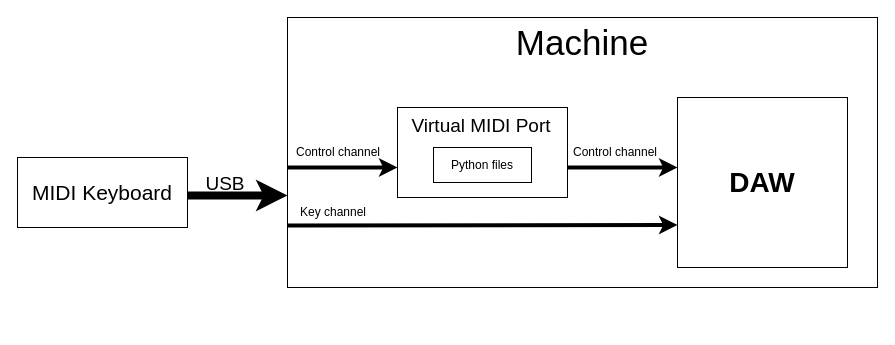
This is img/diagram.drawio from aleksati/ableton-navigation-system, a draw.io file, before an edit. Source tidied: cells renumbered, new cells numbered last; positions are measured from the earlier drawing's top-left corner, leaving out a move shared by most shapes. Both pictures are drawn from the tidied source at 100%, with x=0, y=0 at pixel (17, 17).
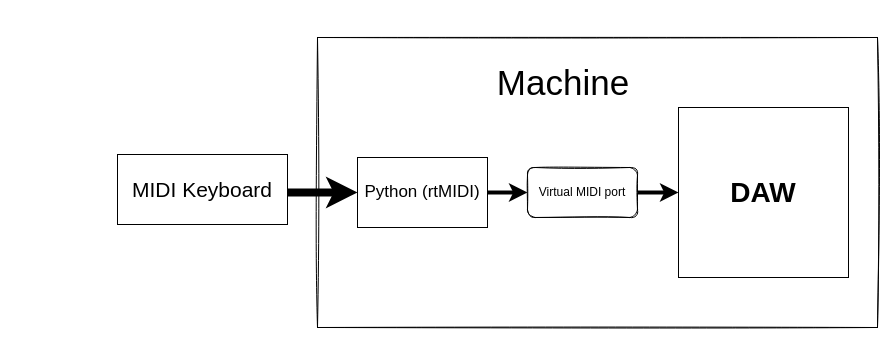
Above is the later version.

What changed in the source:
```diff
@@
-    <mxCell id="2" style="rounded=0;whiteSpace=wrap;html=1;fontSize=19;" parent="1" vertex="1">
-      <mxGeometry x="270" width="590" height="270" as="geometry" />
-    </mxCell>
+    <mxCell id="17" style="rounded=0;whiteSpace=wrap;html=1;glass=0;sketch=1;fontSize=17;strokeWidth=1;fillColor=default;" parent="1" vertex="1">
+      <mxGeometry x="300" y="20" width="560" height="290" as="geometry" />
+    </mxCell>
     <mxCell id="3" value="&lt;font style=&quot;font-size: 21px&quot;&gt;MIDI Keyboard&lt;/font&gt;" style="rounded=0;whiteSpace=wrap;html=1;" parent="1" vertex="1">
-      <mxGeometry y="140" width="170" height="70" as="geometry" />
+      <mxGeometry x="100" y="137" width="170" height="70" as="geometry" />
     </mxCell>
+    <mxCell id="18" style="edgeStyle=orthogonalEdgeStyle;rounded=0;jettySize=auto;html=1;fontSize=17;strokeWidth=4;" parent="1" edge="1" source="4" target="6">
+      <mxGeometry relative="1" as="geometry" />
+    </mxCell>
-    <mxCell id="4" style="rounded=0;whiteSpace=wrap;html=1;" parent="1" vertex="1">
-      <mxGeometry x="380" y="90" width="170" height="90" as="geometry" />
+    <mxCell id="4" value="Virtual MIDI port" style="rounded=1;whiteSpace=wrap;html=1;glass=0;sketch=1;" parent="1" vertex="1">
+      <mxGeometry x="510" y="150" width="110" height="50" as="geometry" />
     </mxCell>
+    <mxCell id="19" style="edgeStyle=orthogonalEdgeStyle;rounded=0;jettySize=auto;html=1;exitX=1;exitY=0.5;exitDx=0;exitDy=0;entryX=0;entryY=0.5;entryDx=0;entryDy=0;fontSize=17;strokeWidth=4;" parent="1" edge="1" source="5" target="4">
+      <mxGeometry relative="1" as="geometry" />
+    </mxCell>
-    <mxCell id="5" value="Python files" style="rounded=0;whiteSpace=wrap;html=1;" parent="1" vertex="1">
-      <mxGeometry x="416" y="130" width="98" height="35" as="geometry" />
+    <mxCell id="5" value="&lt;font style=&quot;font-size: 17px&quot;&gt;Python (rtMIDI)&lt;/font&gt;" style="rounded=0;whiteSpace=wrap;html=1;" parent="1" vertex="1">
+      <mxGeometry x="340" y="140" width="130" height="70" as="geometry" />
     </mxCell>
     <mxCell id="6" value="&lt;font style=&quot;font-size: 28px&quot;&gt;&lt;b&gt;DAW&lt;/b&gt;&lt;/font&gt;" style="rounded=0;whiteSpace=wrap;html=1;" parent="1" vertex="1">
-      <mxGeometry x="660" y="80" width="170" height="170" as="geometry" />
+      <mxGeometry x="661" y="90" width="170" height="170" as="geometry" />
     </mxCell>
-    <mxCell id="7" style="endArrow=classic;html=1;rounded=0;strokeWidth=4;entryX=0;entryY=0.75;entryDx=0;entryDy=0;" parent="1" edge="1" target="6">
-      <mxGeometry relative="1" as="geometry">
-        <mxPoint x="270" y="208" as="sourcePoint" />
-      </mxGeometry>
-    </mxCell>
-    <mxCell id="8" value="Key channel" style="text;html=1;strokeColor=none;fillColor=none;align=center;verticalAlign=middle;whiteSpace=wrap;rounded=0;" parent="1" vertex="1">
-      <mxGeometry x="276" y="180" width="80" height="30" as="geometry" />
-    </mxCell>
-    <mxCell id="9" style="endArrow=classic;html=1;rounded=0;strokeWidth=4;exitX=1;exitY=0.75;exitDx=0;exitDy=0;" parent="1" edge="1">
-      <mxGeometry relative="1" as="geometry">
-        <mxPoint x="270" y="150" as="sourcePoint" />
-        <mxPoint x="380" y="150" as="targetPoint" />
-      </mxGeometry>
-    </mxCell>
-    <mxCell id="10" value="Control channel" style="text;html=1;strokeColor=none;fillColor=none;align=center;verticalAlign=middle;whiteSpace=wrap;rounded=0;" parent="1" vertex="1">
-      <mxGeometry x="276" y="120" width="90" height="30" as="geometry" />
-    </mxCell>
-    <mxCell id="11" value="&lt;font style=&quot;font-size: 19px&quot;&gt;Virtual MIDI Port&lt;/font&gt;" style="text;html=1;strokeColor=none;fillColor=none;align=center;verticalAlign=middle;whiteSpace=wrap;rounded=0;fontSize=28;" parent="1" vertex="1">
-      <mxGeometry x="382" y="90" width="164" height="30" as="geometry" />
-    </mxCell>
-    <mxCell id="12" value="Control channel" style="text;html=1;strokeColor=none;fillColor=none;align=center;verticalAlign=middle;whiteSpace=wrap;rounded=0;" parent="1" vertex="1">
-      <mxGeometry x="553" y="120" width="90" height="30" as="geometry" />
-    </mxCell>
-    <mxCell id="13" style="endArrow=classic;html=1;rounded=0;strokeWidth=4;exitX=1;exitY=0.75;exitDx=0;exitDy=0;" parent="1" edge="1">
-      <mxGeometry relative="1" as="geometry">
-        <mxPoint x="550" y="150" as="sourcePoint" />
-        <mxPoint x="660" y="150" as="targetPoint" />
-      </mxGeometry>
-    </mxCell>
     <mxCell id="14" value="&lt;font style=&quot;font-size: 35px&quot;&gt;Machine&lt;/font&gt;" style="text;html=1;strokeColor=none;fillColor=none;align=center;verticalAlign=middle;whiteSpace=wrap;rounded=0;fontSize=19;" parent="1" vertex="1">
-      <mxGeometry x="469" y="10" width="192" height="30" as="geometry" />
+      <mxGeometry x="450" y="50" width="192" height="30" as="geometry" />
     </mxCell>
-    <mxCell id="15" style="endArrow=classic;html=1;rounded=0;fontSize=21;strokeWidth=8;exitX=1;exitY=0.543;exitDx=0;exitDy=0;exitPerimeter=0;" parent="1" edge="1" source="3">
-      <mxGeometry relative="1" as="geometry">
-        <mxPoint x="270" y="178" as="targetPoint" />
-      </mxGeometry>
+    <mxCell id="15" style="endArrow=classic;html=1;rounded=0;fontSize=21;strokeWidth=8;exitX=1;exitY=0.543;exitDx=0;exitDy=0;exitPerimeter=0;entryX=0;entryY=0.5;entryDx=0;entryDy=0;" parent="1" edge="1" source="3" target="5">
+      <mxGeometry relative="1" as="geometry" />
     </mxCell>
-    <mxCell id="16" value="&lt;font style=&quot;font-size: 19px&quot;&gt;USB&lt;/font&gt;" style="text;html=1;strokeColor=none;fillColor=none;align=center;verticalAlign=middle;whiteSpace=wrap;rounded=0;fontSize=21;" parent="1" vertex="1">
-      <mxGeometry x="178" y="150" width="60" height="30" as="geometry" />
-    </mxCell>
```
